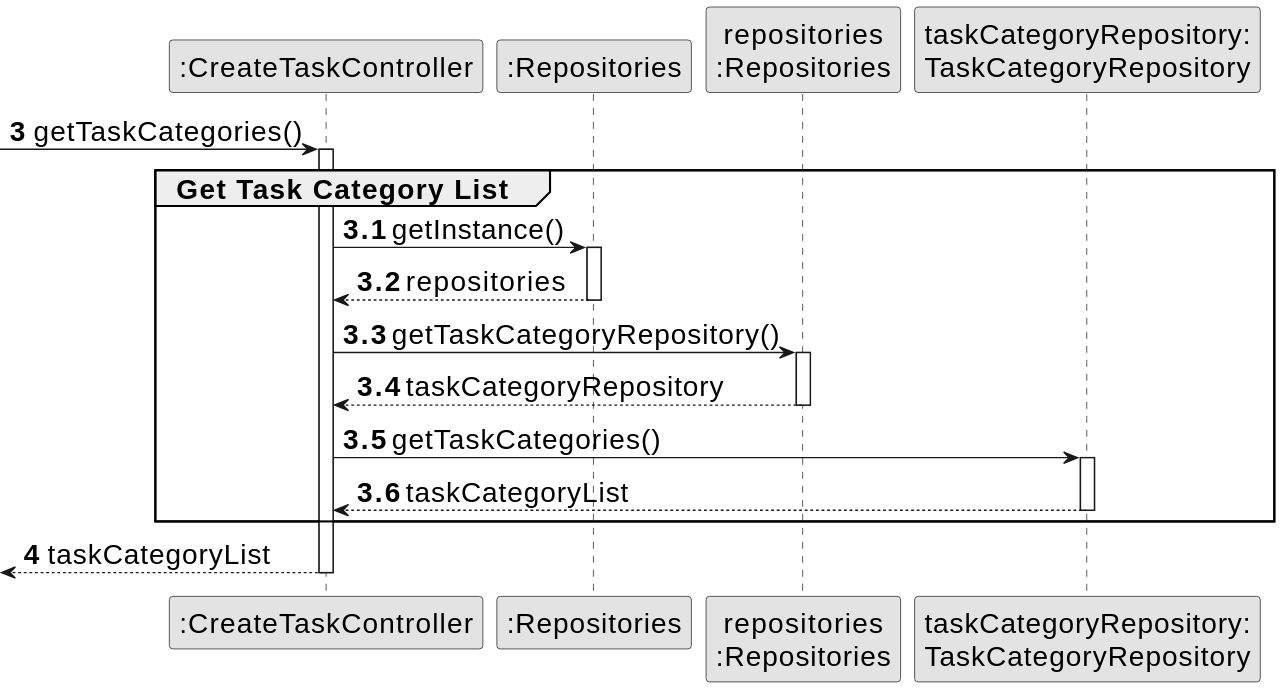
This is docs/sprintA&B&C/us026/03.design/svg/us026-sequence-diagram-partial-get-vehicle-dto-list.svg from daniel41silva05/ISEP_2023_2024_LAPR2, a PlantUML export, as it was before one commit.
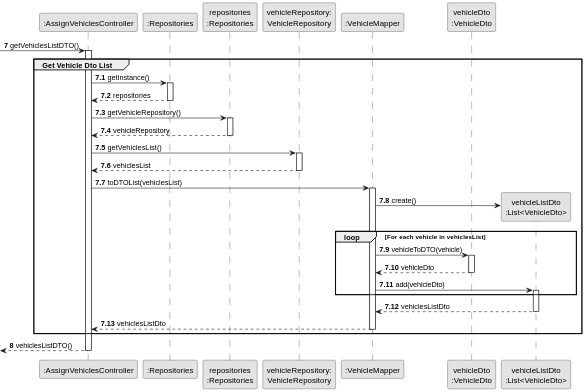
The same file after the commit.

What changed in the source:
```diff
@@ -1,5 +1,4 @@
 @startuml
-skinparamlocked defaultFontSize 20
 skinparam monochrome true
 skinparam packageStyle rectangle
 skinparam shadowing false
@@ -7,40 +6,67 @@
 autonumber
 
 
-participant ":CreateTaskController" as CTRL
-participant ":Repositories" as RepositorySingleton
-participant "repositories\n:Repositories" as PLAT
-participant "taskCategoryRepository:\nTaskCategoryRepository" as TaskCategoryRepository
+participant ":AssignVehiclesController" as CTRL
+participant ":Repositories" as REP
+participant "repositories\n:Repositories" as REPS
+participant "vehicleRepository:\nVehicleRepository" as vehicleRepository
+participant ":VehicleMapper" as vehicleMAPPER
+participant "vehicleDto\n:VehicleDto" as vehicleDTO
+participant "vehicleListDto\n:List<VehicleDto>" as vehicleListDTO
 
-autonumber 3
+autonumber 7
 
- -> CTRL : getTaskCategories()
-autonumber 3.1
+ -> CTRL : getVehiclesListDTO()
+autonumber 7.1
 activate CTRL
-    group Get Task Category List
+    group Get Vehicle Dto List
 
 
-            CTRL -> RepositorySingleton : getInstance()
-            activate RepositorySingleton
+            CTRL -> REP : getInstance()
+            activate REP
 
-                RepositorySingleton --> CTRL: repositories
-            deactivate RepositorySingleton
+            REP --> CTRL: repositories
+            deactivate REP
 
-            CTRL -> PLAT : getTaskCategoryRepository()
-            activate PLAT
+            CTRL -> REPS : getVehicleRepository()
+            activate REPS
 
-                PLAT --> CTRL: taskCategoryRepository
-            deactivate PLAT
+            REPS --> CTRL: vehicleRepository
+            deactivate REPS
 
-            CTRL -> TaskCategoryRepository : getTaskCategories()
-            activate TaskCategoryRepository
+            CTRL -> vehicleRepository: getVehiclesList()
+            activate vehicleRepository
 
-                TaskCategoryRepository --> CTRL : taskCategoryList
-            deactivate TaskCategoryRepository
+            vehicleRepository --> CTRL : vehiclesList
+            deactivate vehicleRepository
+
+            CTRL -> vehicleMAPPER: toDTOList(vehiclesList)
+            activate vehicleMAPPER
+
+                vehicleMAPPER -> vehicleListDTO** : create()
+
+                loop For each vehicle in vehiclesList
+
+                vehicleMAPPER -> vehicleDTO: vehicleToDTO(vehicle)
+                activate vehicleDTO
+
+                vehicleDTO --> vehicleMAPPER: vehicleDto
+                deactivate vehicleDTO
+
+                vehicleMAPPER -> vehicleListDTO: add(vehicleDto)
+                activate vehicleListDTO
+
+                end
+
+                vehicleListDTO --> vehicleMAPPER: vehiclesListDto
+                deactivate vehicleListDTO
+
+            vehicleMAPPER --> CTRL : vehiclesListDto
+            deactivate vehicleMAPPER
 
 
     end
-    autonumber 4
-    <-- CTRL  : taskCategoryList
+    autonumber 8
+    <-- CTRL  : vehiclesListDTO()
 deactivate CTRL
 @enduml
```
